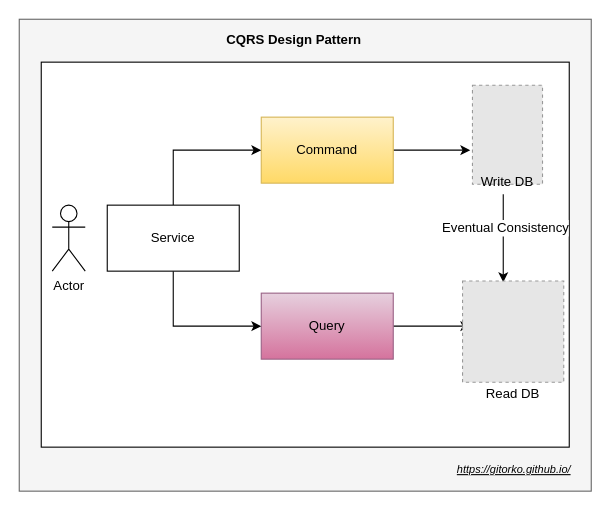
Above: post/grokking-the-system-design-interview/cqrs.drawio in gitorko/gitorko.github.io (draw.io), before the change. Source tidied: cells renumbered, new cells numbered last; positions are measured from the earlier drawing's top-left corner, leaving out a move shared by most shapes. Both pictures are drawn from the tidied source at 110%, with x=0, y=0 at pixel (19, 19). Pictures stored in the file or linked from it are replaced by grey dashed boxes.
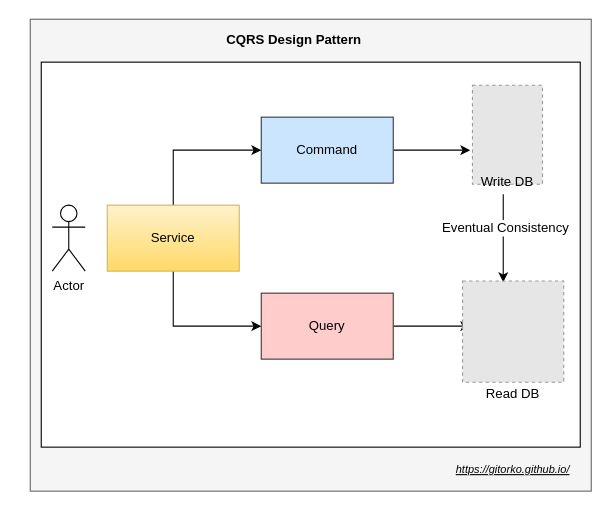
After the change.

Change to the diagram source:
```diff
@@
     <mxCell id="2" style="rounded=0;whiteSpace=wrap;html=1;fillColor=#f5f5f5;strokeColor=#666666;fontColor=#333333;" parent="1" vertex="1">
-      <mxGeometry width="520" height="429" as="geometry" />
+      <mxGeometry x="10" width="510" height="429" as="geometry" />
     </mxCell>
     <mxCell id="3" style="rounded=0;whiteSpace=wrap;html=1;" parent="1" vertex="1">
-      <mxGeometry x="20" y="39" width="480" height="350" as="geometry" />
+      <mxGeometry x="20" y="39" width="490" height="350" as="geometry" />
     </mxCell>
@@
-    <mxCell id="8" value="Command" style="rounded=0;whiteSpace=wrap;html=1;fillColor=#fff2cc;strokeColor=#d6b656;gradientColor=#ffd966;" parent="1" vertex="1">
+    <mxCell id="8" value="Command" style="rounded=0;whiteSpace=wrap;html=1;fillColor=#cce5ff;strokeColor=#36393d;" parent="1" vertex="1">
       <mxGeometry x="220" y="89" width="120" height="60" as="geometry" />
     </mxCell>
@@
-    <mxCell id="10" value="Query" style="rounded=0;whiteSpace=wrap;html=1;fillColor=#e6d0de;strokeColor=#996185;gradientColor=#d5739d;" parent="1" vertex="1">
+    <mxCell id="10" value="Query" style="rounded=0;whiteSpace=wrap;html=1;fillColor=#ffcccc;strokeColor=#36393d;" parent="1" vertex="1">
       <mxGeometry x="220" y="249" width="120" height="60" as="geometry" />
     </mxCell>
@@
-    <mxCell id="13" value="Service" style="rounded=0;whiteSpace=wrap;html=1;" parent="1" vertex="1">
+    <mxCell id="13" value="Service" style="rounded=0;whiteSpace=wrap;html=1;gradientColor=#ffd966;fillColor=#fff2cc;strokeColor=#d6b656;" parent="1" vertex="1">
       <mxGeometry x="80" y="169" width="120" height="60" as="geometry" />
     </mxCell>
@@
     <mxCell id="15" value="https://gitorko.github.io/" style="text;html=1;strokeColor=none;fillColor=none;align=center;verticalAlign=middle;whiteSpace=wrap;rounded=0;fontSize=10;fontStyle=6;" parent="1" vertex="1">
-      <mxGeometry x="380" y="399" width="140" height="20" as="geometry" />
+      <mxGeometry x="384" y="399" width="130" height="20" as="geometry" />
     </mxCell>
```
